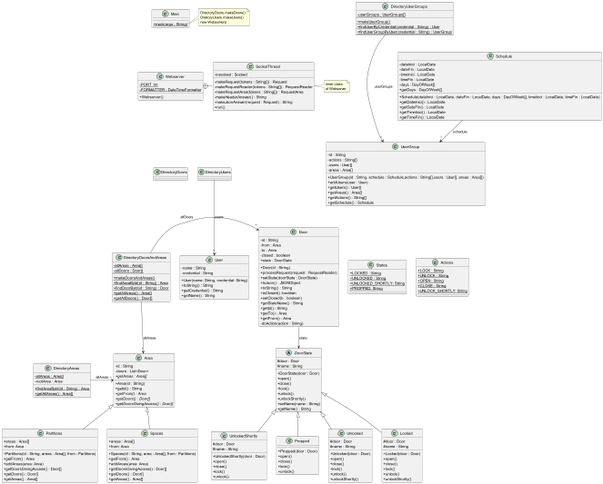
This is src/baseNoStates/uml/base_no_states.png from MC4MP02/ACS, a PlantUML export, as it was before one commit.
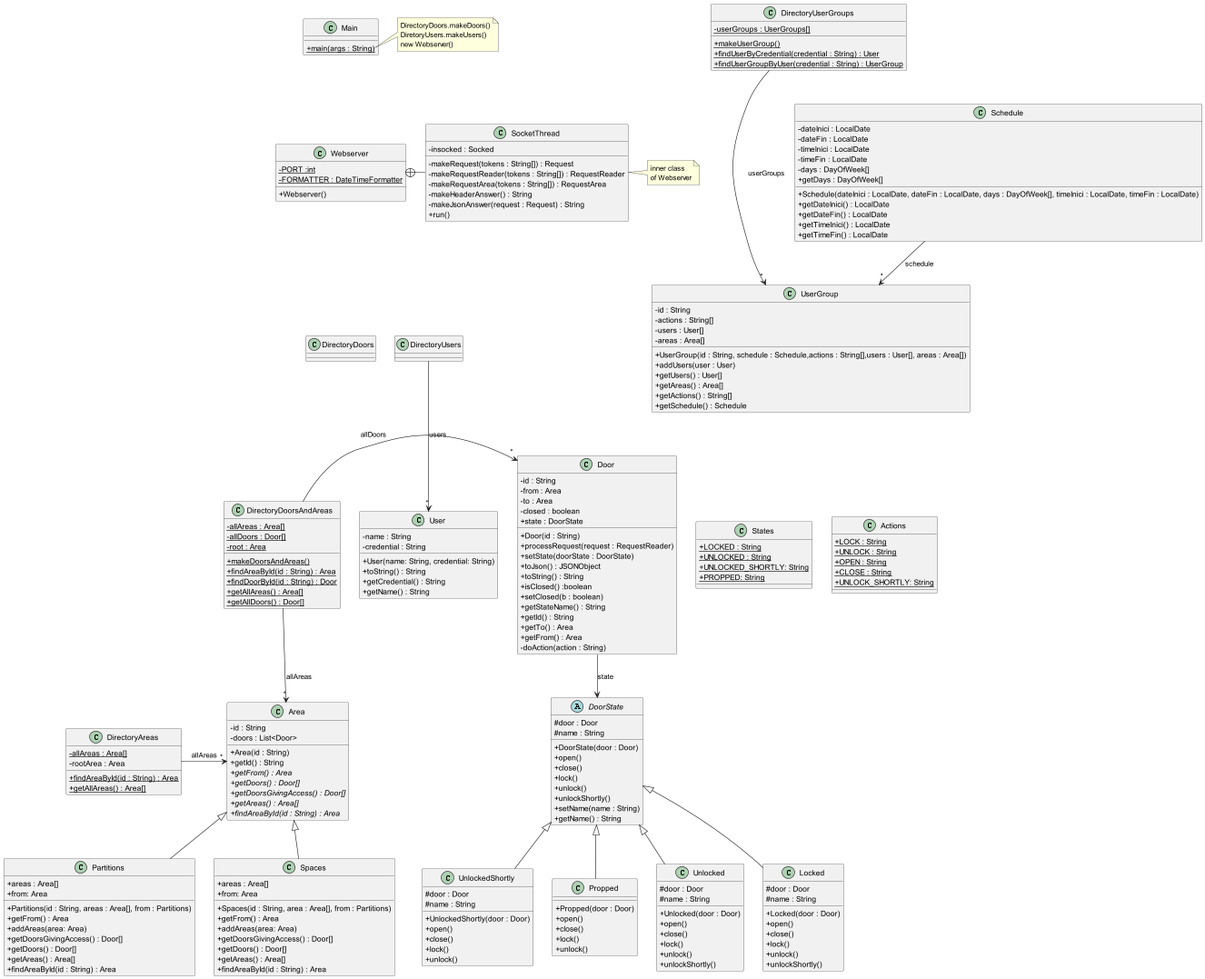
Above is the later version.

Diff of the diagram source:
```diff
@@ -146,7 +146,8 @@
 + {abstract} getFrom() : Area
 + {abstract} getDoors() : Door[]
 + {abstract} getDoorsGivingAccess() : Door[]
-+ {abstract} getAreas : Area[]
++ {abstract} getAreas() : Area[]
++ {abstract} findAreaById(id : String) : Area
 }
 
 class Partitions extends Area {
@@ -158,6 +159,7 @@
 + getDoorsGivingAccess() : Door[]
 + getDoors() : Door[]
 + getAreas() : Area[]
++ findAreaById(id : String) : Area
 }
 
 class Propped extends DoorState {
@@ -191,6 +193,7 @@
 + getDoorsGivingAccess() : Door[]
 + getDoors() : Door[]
 + getAreas() : Area[]
++ findAreaById(id : String) : Area
 }
 
 class DirectoryAreas {
@@ -205,6 +208,7 @@
 class DirectoryDoorsAndAreas {
 - {static} allAreas : Area[]
 - {static} allDoors : Door[]
+- {static} root : Area
 + {static} makeDoorsAndAreas()
 + {static} findAreaById(id : String) : Area
 + {static} findDoorById(id : String) : Door
```
